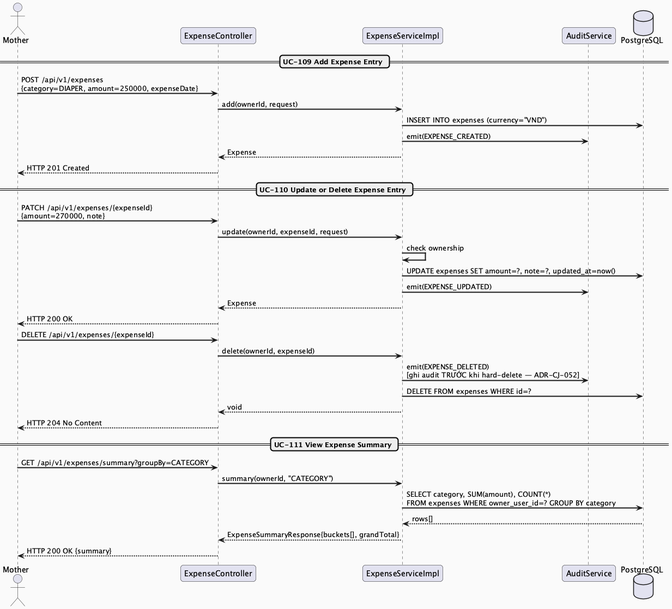
Above: docs/Detailed_Design/MF12_Expense_Preparation_Planner/images/MF12_01_Expense_SequenceDiagram.png in ChuongBDHE172784/CareBridge_SEP490_G79 (PlantUML), before the change. The source it was exported from:
```plantuml
@startuml MF12_01_Expense_SequenceDiagram
skinparam sequenceArrowThickness 2
skinparam roundcorner 10
skinparam backgroundColor #FAFAFA

actor "Mother" as M
participant "ExpenseController" as Controller
participant "ExpenseServiceImpl" as Service
participant "AuditService" as Audit
database "PostgreSQL" as DB

== UC-109 Add Expense Entry ==
M -> Controller : POST /api/v1/expenses\n{category=DIAPER, amount=250000, expenseDate}
Controller -> Service : add(ownerId, request)
Service -> DB : INSERT INTO expenses (currency="VND")
Service -> Audit : emit(EXPENSE_CREATED)
Service --> Controller : Expense
Controller --> M : HTTP 201 Created

== UC-110 Update or Delete Expense Entry ==
M -> Controller : PATCH /api/v1/expenses/{expenseId}\n{amount=270000, note}
Controller -> Service : update(ownerId, expenseId, request)
Service -> Service : check ownership
Service -> DB : UPDATE expenses SET amount=?, note=?, updated_at=now()
Service -> Audit : emit(EXPENSE_UPDATED)
Service --> Controller : Expense
Controller --> M : HTTP 200 OK

M -> Controller : DELETE /api/v1/expenses/{expenseId}
Controller -> Service : delete(ownerId, expenseId)
Service -> Audit : emit(EXPENSE_DELETED)\n[ghi audit TRƯỚC khi hard-delete — ADR-CJ-052]
Service -> DB : DELETE FROM expenses WHERE id=?
Service --> Controller : void
Controller --> M : HTTP 204 No Content

== UC-111 View Expense Summary ==
M -> Controller : GET /api/v1/expenses/summary?groupBy=CATEGORY
Controller -> Service : summary(ownerId, "CATEGORY")
Service -> DB : SELECT category, SUM(amount), COUNT(*)\nFROM expenses WHERE owner_user_id=? GROUP BY category
DB --> Service : rows[]
Service --> Controller : ExpenseSummaryResponse{buckets[], grandTotal}
Controller --> M : HTTP 200 OK {summary}

@enduml
```
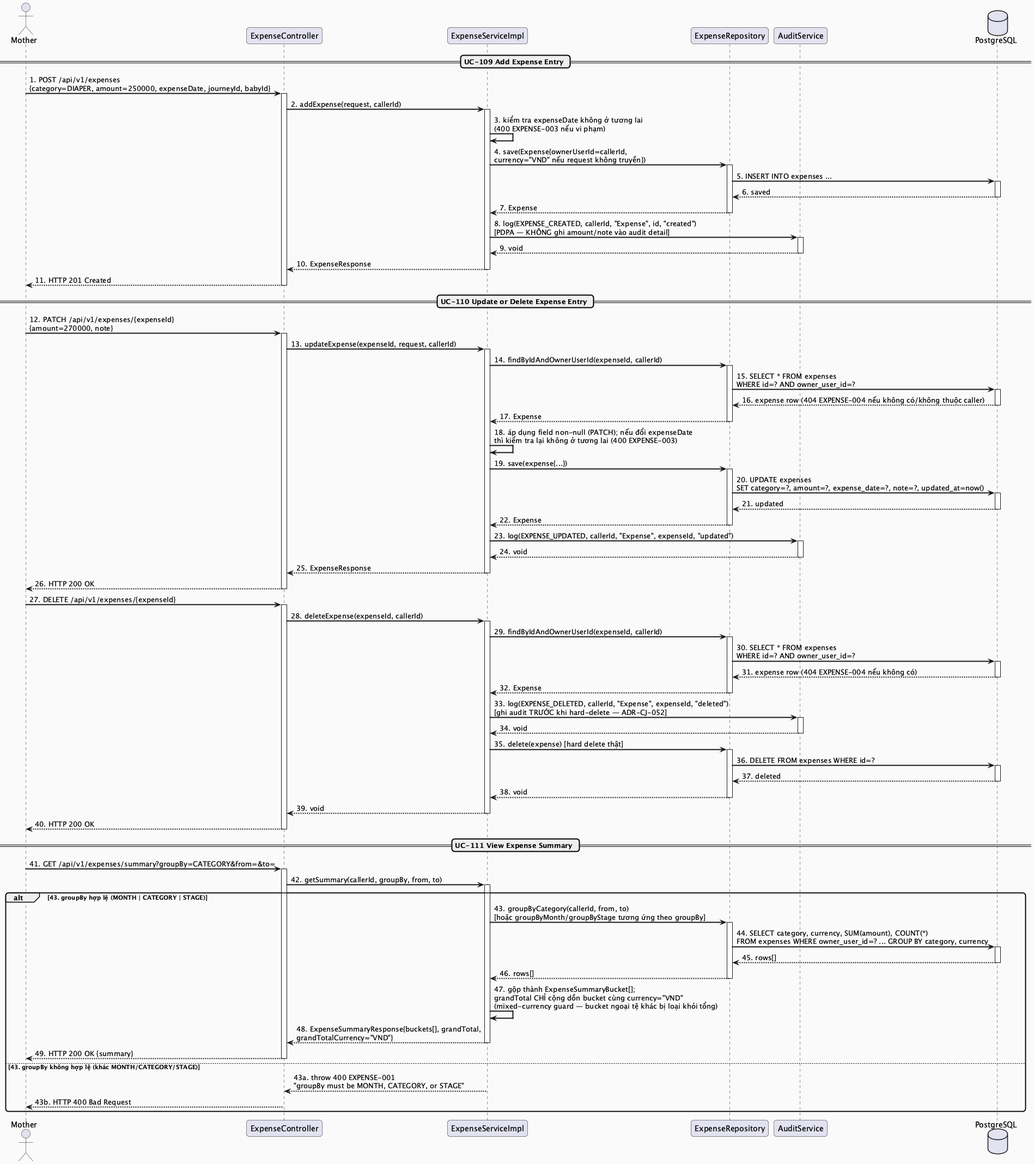
The same file after the commit.

Change to the diagram source:
```diff
@@ -6,39 +6,117 @@
 actor "Mother" as M
 participant "ExpenseController" as Controller
 participant "ExpenseServiceImpl" as Service
+participant "ExpenseRepository" as Repo
 participant "AuditService" as Audit
 database "PostgreSQL" as DB
 
 == UC-109 Add Expense Entry ==
-M -> Controller : POST /api/v1/expenses\n{category=DIAPER, amount=250000, expenseDate}
-Controller -> Service : add(ownerId, request)
-Service -> DB : INSERT INTO expenses (currency="VND")
-Service -> Audit : emit(EXPENSE_CREATED)
-Service --> Controller : Expense
-Controller --> M : HTTP 201 Created
+M -> Controller : 1. POST /api/v1/expenses\n{category=DIAPER, amount=250000, expenseDate, journeyId, babyId}
+activate Controller
+Controller -> Service : 2. addExpense(request, callerId)
+activate Service
+Service -> Service : 3. kiểm tra expenseDate không ở tương lai\n(400 EXPENSE-003 nếu vi phạm)
+Service -> Repo : 4. save(Expense{ownerUserId=callerId,\ncurrency="VND" nếu request không truyền})
+activate Repo
+Repo -> DB : 5. INSERT INTO expenses ...
+activate DB
+DB --> Repo : 6. saved
+deactivate DB
+Repo --> Service : 7. Expense
+deactivate Repo
+Service -> Audit : 8. log(EXPENSE_CREATED, callerId, "Expense", id, "created")\n[PDPA — KHÔNG ghi amount/note vào audit detail]
+activate Audit
+Audit --> Service : 9. void
+deactivate Audit
+Service --> Controller : 10. ExpenseResponse
+deactivate Service
+Controller --> M : 11. HTTP 201 Created
+deactivate Controller
 
 == UC-110 Update or Delete Expense Entry ==
-M -> Controller : PATCH /api/v1/expenses/{expenseId}\n{amount=270000, note}
-Controller -> Service : update(ownerId, expenseId, request)
-Service -> Service : check ownership
-Service -> DB : UPDATE expenses SET amount=?, note=?, updated_at=now()
-Service -> Audit : emit(EXPENSE_UPDATED)
-Service --> Controller : Expense
-Controller --> M : HTTP 200 OK
+M -> Controller : 12. PATCH /api/v1/expenses/{expenseId}\n{amount=270000, note}
+activate Controller
+Controller -> Service : 13. updateExpense(expenseId, request, callerId)
+activate Service
+Service -> Repo : 14. findByIdAndOwnerUserId(expenseId, callerId)
+activate Repo
+Repo -> DB : 15. SELECT * FROM expenses\nWHERE id=? AND owner_user_id=?
+activate DB
+DB --> Repo : 16. expense row (404 EXPENSE-004 nếu không có/không thuộc caller)
+deactivate DB
+Repo --> Service : 17. Expense
+deactivate Repo
+Service -> Service : 18. áp dụng field non-null (PATCH); nếu đổi expenseDate\nthì kiểm tra lại không ở tương lai (400 EXPENSE-003)
+Service -> Repo : 19. save(expense{...})
+activate Repo
+Repo -> DB : 20. UPDATE expenses\nSET category=?, amount=?, expense_date=?, note=?, updated_at=now()
+activate DB
+DB --> Repo : 21. updated
+deactivate DB
+Repo --> Service : 22. Expense
+deactivate Repo
+Service -> Audit : 23. log(EXPENSE_UPDATED, callerId, "Expense", expenseId, "updated")
+activate Audit
+Audit --> Service : 24. void
+deactivate Audit
+Service --> Controller : 25. ExpenseResponse
+deactivate Service
+Controller --> M : 26. HTTP 200 OK
+deactivate Controller
 
-M -> Controller : DELETE /api/v1/expenses/{expenseId}
-Controller -> Service : delete(ownerId, expenseId)
-Service -> Audit : emit(EXPENSE_DELETED)\n[ghi audit TRƯỚC khi hard-delete — ADR-CJ-052]
-Service -> DB : DELETE FROM expenses WHERE id=?
-Service --> Controller : void
-Controller --> M : HTTP 204 No Content
+M -> Controller : 27. DELETE /api/v1/expenses/{expenseId}
+activate Controller
+Controller -> Service : 28. deleteExpense(expenseId, callerId)
+activate Service
+Service -> Repo : 29. findByIdAndOwnerUserId(expenseId, callerId)
+activate Repo
+Repo -> DB : 30. SELECT * FROM expenses\nWHERE id=? AND owner_user_id=?
+activate DB
+DB --> Repo : 31. expense row (404 EXPENSE-004 nếu không có)
+deactivate DB
+Repo --> Service : 32. Expense
+deactivate Repo
+Service -> Audit : 33. log(EXPENSE_DELETED, callerId, "Expense", expenseId, "deleted")\n[ghi audit TRƯỚC khi hard-delete — ADR-CJ-052]
+activate Audit
+Audit --> Service : 34. void
+deactivate Audit
+Service -> Repo : 35. delete(expense) [hard delete thật]
+activate Repo
+Repo -> DB : 36. DELETE FROM expenses WHERE id=?
+activate DB
+DB --> Repo : 37. deleted
+deactivate DB
+Repo --> Service : 38. void
+deactivate Repo
+Service --> Controller : 39. void
+deactivate Service
+Controller --> M : 40. HTTP 200 OK
+deactivate Controller
 
 == UC-111 View Expense Summary ==
-M -> Controller : GET /api/v1/expenses/summary?groupBy=CATEGORY
-Controller -> Service : summary(ownerId, "CATEGORY")
-Service -> DB : SELECT category, SUM(amount), COUNT(*)\nFROM expenses WHERE owner_user_id=? GROUP BY category
-DB --> Service : rows[]
-Service --> Controller : ExpenseSummaryResponse{buckets[], grandTotal}
-Controller --> M : HTTP 200 OK {summary}
+M -> Controller : 41. GET /api/v1/expenses/summary?groupBy=CATEGORY&from=&to=
+activate Controller
+Controller -> Service : 42. getSummary(callerId, groupBy, from, to)
+activate Service
+alt 43. groupBy hợp lệ (MONTH | CATEGORY | STAGE)
+  Service -> Repo : 43. groupByCategory(callerId, from, to)\n[hoặc groupByMonth/groupByStage tương ứng theo groupBy]
+  activate Repo
+  Repo -> DB : 44. SELECT category, currency, SUM(amount), COUNT(*)\nFROM expenses WHERE owner_user_id=? ... GROUP BY category, currency
+  activate DB
+  DB --> Repo : 45. rows[]
+  deactivate DB
+  Repo --> Service : 46. rows[]
+  deactivate Repo
+  Service -> Service : 47. gộp thành ExpenseSummaryBucket[];\ngrandTotal CHỈ cộng dồn bucket cùng currency="VND"\n(mixed-currency guard — bucket ngoại tệ khác bị loại khỏi tổng)
+  Service --> Controller : 48. ExpenseSummaryResponse{buckets[], grandTotal,\ngrandTotalCurrency="VND"}
+  deactivate Service
+  Controller --> M : 49. HTTP 200 OK {summary}
+  deactivate Controller
+else 43. groupBy không hợp lệ (khác MONTH/CATEGORY/STAGE)
+  Service --> Controller : 43a. throw 400 EXPENSE-001\n"groupBy must be MONTH, CATEGORY, or STAGE"
+  deactivate Service
+  Controller --> M : 43b. HTTP 400 Bad Request
+  deactivate Controller
+end
 
 @enduml
```
